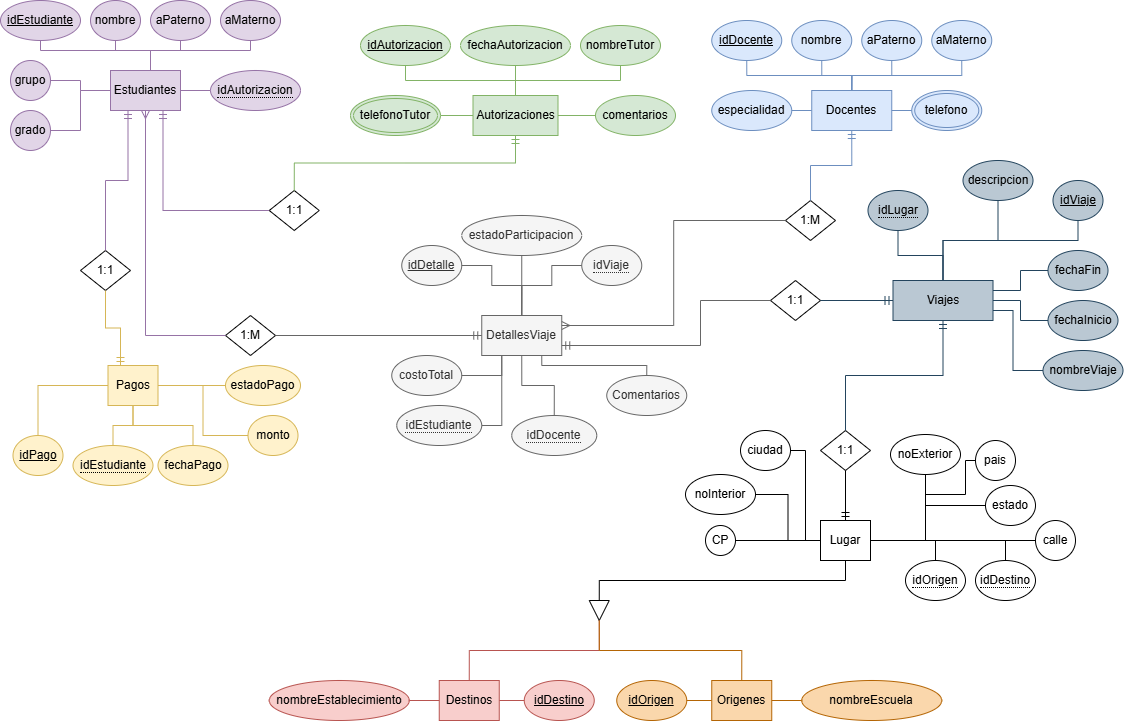
The draw.io diagram proyecto/ProyectoBD.png in ShyAd1/Database, before a commit. Source tidied: cells renumbered, new cells last; positions are measured from the earlier drawing's top-left corner, leaving out a move shared by most shapes.
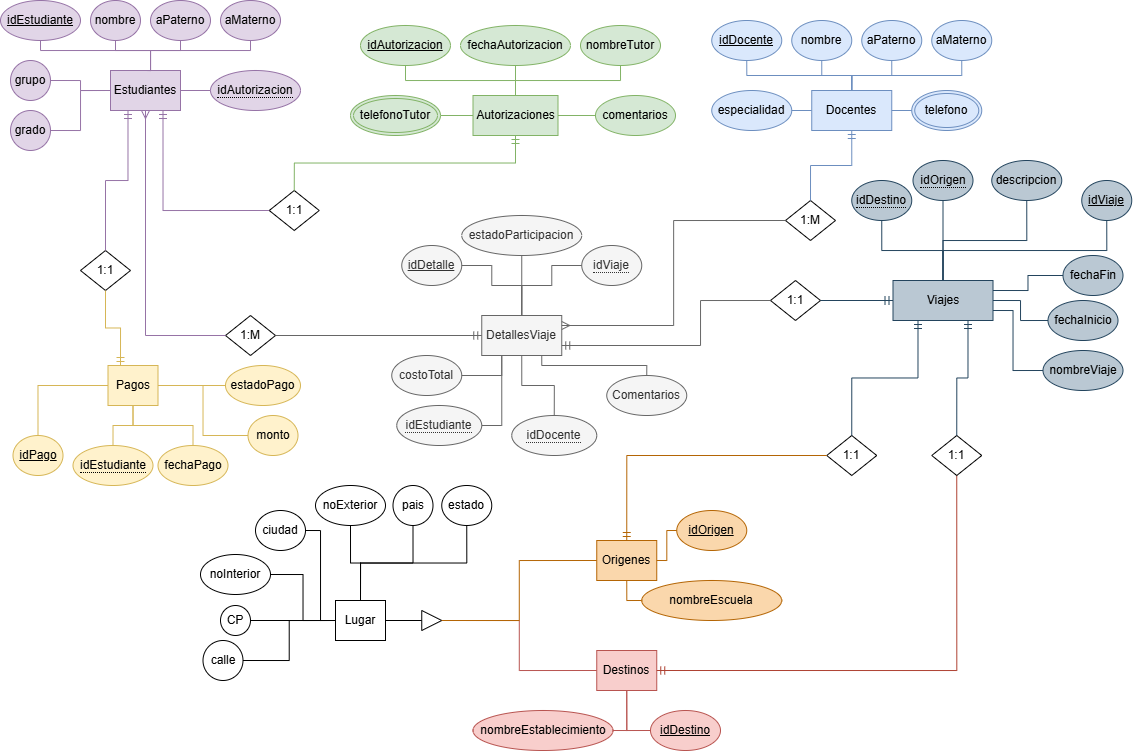
Later version of the same file.

What changed in the source:
```diff
@@ -191,54 +191,54 @@
       <mxGeometry relative="1" as="geometry" />
     </mxCell>
     <mxCell id="58" value="Destinos" style="whiteSpace=wrap;html=1;align=center;fillColor=#f8cecc;strokeColor=#b85450;" parent="1" vertex="1">
-      <mxGeometry x="438.8" y="680" width="60" height="40" as="geometry" />
+      <mxGeometry x="596.2" y="650" width="60" height="40" as="geometry" />
     </mxCell>
     <mxCell id="59" value="idDestino" style="ellipse;whiteSpace=wrap;html=1;align=center;fontStyle=4;fillColor=#f8cecc;strokeColor=#b85450;" parent="1" vertex="1">
-      <mxGeometry x="523.8" y="680" width="70" height="40" as="geometry" />
+      <mxGeometry x="650" y="710" width="70" height="40" as="geometry" />
     </mxCell>
     <mxCell id="60" value="nombreEstablecimiento" style="ellipse;whiteSpace=wrap;html=1;align=center;fillColor=#f8cecc;strokeColor=#b85450;" parent="1" vertex="1">
-      <mxGeometry x="268.8" y="680" width="140" height="40" as="geometry" />
+      <mxGeometry x="472.5" y="710" width="140" height="40" as="geometry" />
     </mxCell>
-    <mxCell id="61" style="endArrow=none;html=1;rounded=0;edgeStyle=orthogonalEdgeStyle;entryX=0;entryY=0.5;entryDx=0;entryDy=0;exitX=1;exitY=0.5;exitDx=0;exitDy=0;fillColor=#f8cecc;strokeColor=#b85450;" parent="1" edge="1" source="58" target="59">
+    <mxCell id="61" style="endArrow=none;html=1;rounded=0;edgeStyle=orthogonalEdgeStyle;entryX=0;entryY=0.5;entryDx=0;entryDy=0;exitX=0.5;exitY=1;exitDx=0;exitDy=0;fillColor=#f8cecc;strokeColor=#b85450;" parent="1" edge="1" source="58" target="59">
       <mxGeometry relative="1" as="geometry" />
     </mxCell>
-    <mxCell id="62" style="endArrow=none;html=1;rounded=0;edgeStyle=orthogonalEdgeStyle;entryX=0;entryY=0.5;entryDx=0;entryDy=0;exitX=1;exitY=0.5;exitDx=0;exitDy=0;fillColor=#f8cecc;strokeColor=#b85450;" parent="1" edge="1" source="60" target="58">
+    <mxCell id="62" style="endArrow=none;html=1;rounded=0;edgeStyle=orthogonalEdgeStyle;entryX=0.5;entryY=1;entryDx=0;entryDy=0;exitX=1;exitY=0.5;exitDx=0;exitDy=0;fillColor=#f8cecc;strokeColor=#b85450;" parent="1" edge="1" source="60" target="58">
       <mxGeometry relative="1" as="geometry" />
     </mxCell>
     <mxCell id="63" value="Origenes" style="whiteSpace=wrap;html=1;align=center;fillColor=#fad7ac;strokeColor=#b46504;" parent="1" vertex="1">
-      <mxGeometry x="711.2" y="680" width="60" height="40" as="geometry" />
+      <mxGeometry x="596.2" y="540" width="60" height="40" as="geometry" />
     </mxCell>
     <mxCell id="64" value="idOrigen" style="ellipse;whiteSpace=wrap;html=1;align=center;fontStyle=4;fillColor=#fad7ac;strokeColor=#b46504;" parent="1" vertex="1">
-      <mxGeometry x="616.2" y="680" width="70" height="40" as="geometry" />
+      <mxGeometry x="676.2" y="510" width="70" height="40" as="geometry" />
     </mxCell>
     <mxCell id="65" value="ciudad" style="ellipse;whiteSpace=wrap;html=1;align=center;" parent="1" vertex="1">
-      <mxGeometry x="740" y="430" width="50" height="40" as="geometry" />
+      <mxGeometry x="255" y="510" width="50" height="40" as="geometry" />
     </mxCell>
     <mxCell id="66" value="estado" style="ellipse;whiteSpace=wrap;html=1;align=center;" parent="1" vertex="1">
-      <mxGeometry x="985" y="485" width="50" height="40" as="geometry" />
+      <mxGeometry x="441.2" y="485" width="50" height="40" as="geometry" />
     </mxCell>
     <mxCell id="67" value="pais" style="ellipse;whiteSpace=wrap;html=1;align=center;" parent="1" vertex="1">
-      <mxGeometry x="975" y="440" width="40" height="40" as="geometry" />
+      <mxGeometry x="392.5" y="485" width="40" height="40" as="geometry" />
     </mxCell>
     <mxCell id="68" value="CP" style="ellipse;whiteSpace=wrap;html=1;align=center;" parent="1" vertex="1">
-      <mxGeometry x="705" y="525" width="30" height="30" as="geometry" />
+      <mxGeometry x="220" y="605" width="30" height="30" as="geometry" />
     </mxCell>
     <mxCell id="69" value="calle" style="ellipse;whiteSpace=wrap;html=1;align=center;" parent="1" vertex="1">
-      <mxGeometry x="1035" y="520" width="40" height="40" as="geometry" />
+      <mxGeometry x="202.5" y="640" width="40" height="40" as="geometry" />
     </mxCell>
     <mxCell id="70" value="noExterior" style="ellipse;whiteSpace=wrap;html=1;align=center;" parent="1" vertex="1">
-      <mxGeometry x="890" y="434" width="70" height="40" as="geometry" />
+      <mxGeometry x="315" y="485" width="70" height="40" as="geometry" />
     </mxCell>
     <mxCell id="71" value="noInterior" style="ellipse;whiteSpace=wrap;html=1;align=center;" parent="1" vertex="1">
-      <mxGeometry x="685" y="474" width="70" height="40" as="geometry" />
+      <mxGeometry x="200" y="554" width="70" height="40" as="geometry" />
     </mxCell>
     <mxCell id="72" value="nombreEscuela" style="ellipse;whiteSpace=wrap;html=1;align=center;fillColor=#fad7ac;strokeColor=#b46504;" parent="1" vertex="1">
-      <mxGeometry x="801.2" y="680" width="140" height="40" as="geometry" />
+      <mxGeometry x="641.2" y="580" width="140" height="40" as="geometry" />
     </mxCell>
-    <mxCell id="73" style="endArrow=none;html=1;rounded=0;edgeStyle=orthogonalEdgeStyle;entryX=1;entryY=0.5;entryDx=0;entryDy=0;exitX=0;exitY=0.5;exitDx=0;exitDy=0;fillColor=#fad7ac;strokeColor=#b46504;" parent="1" edge="1" source="63" target="64">
+    <mxCell id="73" style="endArrow=none;html=1;rounded=0;edgeStyle=orthogonalEdgeStyle;entryX=0;entryY=0.5;entryDx=0;entryDy=0;exitX=1;exitY=0.5;exitDx=0;exitDy=0;fillColor=#fad7ac;strokeColor=#b46504;" parent="1" edge="1" source="63" target="64">
       <mxGeometry relative="1" as="geometry" />
     </mxCell>
-    <mxCell id="74" style="endArrow=none;html=1;rounded=0;edgeStyle=orthogonalEdgeStyle;entryX=1;entryY=0.5;entryDx=0;entryDy=0;exitX=0;exitY=0.5;exitDx=0;exitDy=0;fillColor=#fad7ac;strokeColor=#b46504;" parent="1" edge="1" source="72" target="63">
+    <mxCell id="74" style="endArrow=none;html=1;rounded=0;edgeStyle=orthogonalEdgeStyle;exitX=0;exitY=0.5;exitDx=0;exitDy=0;fillColor=#fad7ac;strokeColor=#b46504;entryX=0.5;entryY=1;entryDx=0;entryDy=0;" parent="1" edge="1" source="72" target="63">
       <mxGeometry relative="1" as="geometry" />
     </mxCell>
     <mxCell id="75" value="DetallesViaje" style="whiteSpace=wrap;html=1;align=center;fillColor=#f5f5f5;strokeColor=#666666;fontColor=#333333;" parent="1" vertex="1">
@@ -257,7 +257,7 @@
       <mxGeometry relative="1" as="geometry" />
     </mxCell>
     <mxCell id="80" value="idViaje" style="ellipse;whiteSpace=wrap;html=1;align=center;fontStyle=4;fillColor=#bac8d3;strokeColor=#23445d;" parent="1" vertex="1">
-      <mxGeometry x="1052.5" y="180" width="50" height="40" as="geometry" />
+      <mxGeometry x="1081.2" y="180" width="50" height="40" as="geometry" />
     </mxCell>
     <mxCell id="81" value="nombreViaje" style="ellipse;whiteSpace=wrap;html=1;align=center;fillColor=#bac8d3;strokeColor=#23445d;" parent="1" vertex="1">
       <mxGeometry x="1042.5" y="350" width="80" height="40" as="geometry" />
@@ -266,36 +266,19 @@
       <mxGeometry x="1047.5" y="300" width="70" height="40" as="geometry" />
     </mxCell>
     <mxCell id="83" value="fechaFin" style="ellipse;whiteSpace=wrap;html=1;align=center;fillColor=#bac8d3;strokeColor=#23445d;" parent="1" vertex="1">
-      <mxGeometry x="1047.5" y="250" width="60" height="40" as="geometry" />
+      <mxGeometry x="1062.5" y="255" width="60" height="40" as="geometry" />
     </mxCell>
     <mxCell id="84" value="costoTotal" style="ellipse;whiteSpace=wrap;html=1;align=center;fillColor=#f5f5f5;strokeColor=#666666;fontColor=#333333;" parent="1" vertex="1">
       <mxGeometry x="391.2" y="355" width="70" height="40" as="geometry" />
     </mxCell>
     <mxCell id="85" value="descripcion" style="ellipse;whiteSpace=wrap;html=1;align=center;fillColor=#bac8d3;strokeColor=#23445d;" parent="1" vertex="1">
-      <mxGeometry x="962.5" y="160" width="70" height="40" as="geometry" />
+      <mxGeometry x="991.2" y="160" width="70" height="40" as="geometry" />
     </mxCell>
-    <mxCell id="86" value="&lt;span style=&quot;border-bottom: 1px dotted&quot;&gt;idOrigen&lt;/span&gt;" style="ellipse;whiteSpace=wrap;html=1;align=center;" parent="1" vertex="1">
-      <mxGeometry x="905" y="560" width="60" height="40" as="geometry" />
-    </mxCell>
-    <mxCell id="87" value="&lt;span style=&quot;border-bottom: 1px dotted&quot;&gt;idDestino&lt;/span&gt;" style="ellipse;whiteSpace=wrap;html=1;align=center;" parent="1" vertex="1">
-      <mxGeometry x="975" y="560" width="60" height="40" as="geometry" />
-    </mxCell>
-    <mxCell id="88" style="endArrow=none;html=1;rounded=0;edgeStyle=orthogonalEdgeStyle;entryX=0.5;entryY=0;entryDx=0;entryDy=0;exitX=1;exitY=0.5;exitDx=0;exitDy=0;" parent="1" edge="1" source="112" target="86">
-      <mxGeometry relative="1" as="geometry" />
-    </mxCell>
-    <mxCell id="89" style="endArrow=none;html=1;rounded=0;edgeStyle=orthogonalEdgeStyle;entryX=0.5;entryY=0;entryDx=0;entryDy=0;exitX=1;exitY=0.5;exitDx=0;exitDy=0;" parent="1" edge="1" source="112" target="87">
-      <mxGeometry relative="1" as="geometry" />
-    </mxCell>
     <mxCell id="90" style="endArrow=none;html=1;rounded=0;edgeStyle=orthogonalEdgeStyle;entryX=1;entryY=0.5;entryDx=0;entryDy=0;exitX=0.25;exitY=1;exitDx=0;exitDy=0;fillColor=#f5f5f5;strokeColor=#666666;" parent="1" edge="1" source="75" target="84">
       <mxGeometry relative="1" as="geometry" />
     </mxCell>
     <mxCell id="91" style="endArrow=none;html=1;rounded=0;edgeStyle=orthogonalEdgeStyle;entryX=0.5;entryY=0;entryDx=0;entryDy=0;exitX=0.5;exitY=1;exitDx=0;exitDy=0;fillColor=#bac8d3;strokeColor=#23445d;" parent="1" edge="1" source="80" target="76">
-      <mxGeometry relative="1" as="geometry">
-        <Array as="points">
-          <mxPoint x="1077.5" y="240" />
-          <mxPoint x="942.5" y="240" />
-        </Array>
-      </mxGeometry>
+      <mxGeometry relative="1" as="geometry" />
     </mxCell>
     <mxCell id="92" style="endArrow=none;html=1;rounded=0;edgeStyle=orthogonalEdgeStyle;entryX=1;entryY=0.75;entryDx=0;entryDy=0;exitX=0;exitY=0.5;exitDx=0;exitDy=0;fillColor=#bac8d3;strokeColor=#23445d;" parent="1" edge="1" source="81" target="76">
       <mxGeometry relative="1" as="geometry">
@@ -380,39 +363,27 @@
       <mxGeometry relative="1" as="geometry" />
     </mxCell>
     <mxCell id="112" value="Lugar" style="whiteSpace=wrap;html=1;align=center;" parent="1" vertex="1">
-      <mxGeometry x="820" y="520" width="50" height="40" as="geometry" />
+      <mxGeometry x="335" y="600" width="50" height="40" as="geometry" />
     </mxCell>
     <mxCell id="113" value="1:1" style="shape=rhombus;perimeter=rhombusPerimeter;whiteSpace=wrap;html=1;align=center;" parent="1" vertex="1">
-      <mxGeometry x="820" y="430" width="50" height="40" as="geometry" />
+      <mxGeometry x="826.2" y="435" width="50" height="40" as="geometry" />
     </mxCell>
-    <mxCell id="114" style="edgeStyle=orthogonalEdgeStyle;fontSize=12;html=1;endArrow=ERmandOne;rounded=0;exitX=0.5;exitY=0;exitDx=0;exitDy=0;fillColor=#bac8d3;strokeColor=#23445d;entryX=0.5;entryY=1;entryDx=0;entryDy=0;" parent="1" edge="1" source="113" target="76">
+    <mxCell id="114" style="edgeStyle=orthogonalEdgeStyle;fontSize=12;html=1;endArrow=ERmandOne;rounded=0;exitX=0.5;exitY=0;exitDx=0;exitDy=0;fillColor=#bac8d3;strokeColor=#23445d;entryX=0.25;entryY=1;entryDx=0;entryDy=0;" parent="1" edge="1" source="113" target="76">
       <mxGeometry relative="1" as="geometry" />
     </mxCell>
-    <mxCell id="115" style="edgeStyle=orthogonalEdgeStyle;fontSize=12;html=1;endArrow=ERmandOne;rounded=0;entryX=0.5;entryY=0;entryDx=0;entryDy=0;exitX=0.5;exitY=1;exitDx=0;exitDy=0;" parent="1" edge="1" source="113" target="112">
+    <mxCell id="115" style="edgeStyle=orthogonalEdgeStyle;fontSize=12;html=1;endArrow=ERmandOne;rounded=0;exitX=0;exitY=0.5;exitDx=0;exitDy=0;entryX=0.5;entryY=0;entryDx=0;entryDy=0;fillColor=#fad7ac;strokeColor=#b46504;" parent="1" edge="1" source="113" target="63">
       <mxGeometry relative="1" as="geometry" />
     </mxCell>
-    <mxCell id="116" style="endArrow=none;html=1;rounded=0;edgeStyle=orthogonalEdgeStyle;entryX=0.5;entryY=1;entryDx=0;entryDy=0;exitX=1;exitY=0.5;exitDx=0;exitDy=0;" parent="1" edge="1" source="112" target="70">
+    <mxCell id="116" style="endArrow=none;html=1;rounded=0;edgeStyle=orthogonalEdgeStyle;exitX=0.5;exitY=0;exitDx=0;exitDy=0;entryX=0.5;entryY=1;entryDx=0;entryDy=0;" parent="1" edge="1" source="112" target="70">
       <mxGeometry relative="1" as="geometry" />
     </mxCell>
-    <mxCell id="117" style="endArrow=none;html=1;rounded=0;edgeStyle=orthogonalEdgeStyle;entryX=0;entryY=0.5;entryDx=0;entryDy=0;exitX=1;exitY=0.5;exitDx=0;exitDy=0;" parent="1" edge="1" source="112" target="67">
-      <mxGeometry relative="1" as="geometry">
-        <Array as="points">
-          <mxPoint x="925" y="540" />
-          <mxPoint x="925" y="494" />
-          <mxPoint x="965" y="494" />
-          <mxPoint x="965" y="460" />
-        </Array>
-      </mxGeometry>
+    <mxCell id="117" style="endArrow=none;html=1;rounded=0;edgeStyle=orthogonalEdgeStyle;entryX=0.5;entryY=1;entryDx=0;entryDy=0;exitX=0.5;exitY=0;exitDx=0;exitDy=0;" parent="1" edge="1" source="112" target="67">
+      <mxGeometry relative="1" as="geometry" />
     </mxCell>
-    <mxCell id="118" style="endArrow=none;html=1;rounded=0;edgeStyle=orthogonalEdgeStyle;entryX=0;entryY=0.5;entryDx=0;entryDy=0;exitX=1;exitY=0.5;exitDx=0;exitDy=0;" parent="1" edge="1" source="112" target="66">
-      <mxGeometry relative="1" as="geometry">
-        <Array as="points">
-          <mxPoint x="925" y="540" />
-          <mxPoint x="925" y="505" />
-        </Array>
-      </mxGeometry>
+    <mxCell id="118" style="endArrow=none;html=1;rounded=0;edgeStyle=orthogonalEdgeStyle;entryX=0.5;entryY=1;entryDx=0;entryDy=0;exitX=0.5;exitY=0;exitDx=0;exitDy=0;" parent="1" edge="1" source="112" target="66">
+      <mxGeometry relative="1" as="geometry" />
     </mxCell>
-    <mxCell id="119" style="endArrow=none;html=1;rounded=0;edgeStyle=orthogonalEdgeStyle;entryX=0;entryY=0.5;entryDx=0;entryDy=0;exitX=1;exitY=0.5;exitDx=0;exitDy=0;" parent="1" edge="1" source="112" target="69">
+    <mxCell id="119" style="endArrow=none;html=1;rounded=0;edgeStyle=orthogonalEdgeStyle;entryX=1;entryY=0.5;entryDx=0;entryDy=0;exitX=0;exitY=0.5;exitDx=0;exitDy=0;" parent="1" edge="1" source="112" target="69">
       <mxGeometry relative="1" as="geometry" />
     </mxCell>
     <mxCell id="120" style="endArrow=none;html=1;rounded=0;edgeStyle=orthogonalEdgeStyle;entryX=0;entryY=0.5;entryDx=0;entryDy=0;exitX=1;exitY=0.5;exitDx=0;exitDy=0;" parent="1" edge="1" source="65" target="112">
@@ -424,16 +395,16 @@
     <mxCell id="122" style="endArrow=none;html=1;rounded=0;edgeStyle=orthogonalEdgeStyle;entryX=1;entryY=0.5;entryDx=0;entryDy=0;exitX=0;exitY=0.5;exitDx=0;exitDy=0;" parent="1" edge="1" source="112" target="68">
       <mxGeometry relative="1" as="geometry" />
     </mxCell>
-    <mxCell id="123" style="triangle;whiteSpace=wrap;html=1;rotation=90;" parent="1" vertex="1">
-      <mxGeometry x="588.8" y="600" width="20" height="20" as="geometry" />
+    <mxCell id="123" style="triangle;whiteSpace=wrap;html=1;rotation=0;" parent="1" vertex="1">
+      <mxGeometry x="421.2" y="610" width="20" height="20" as="geometry" />
     </mxCell>
-    <mxCell id="124" style="endArrow=none;html=1;rounded=0;edgeStyle=orthogonalEdgeStyle;entryX=0;entryY=0.5;entryDx=0;entryDy=0;exitX=0.5;exitY=1;exitDx=0;exitDy=0;" parent="1" edge="1" source="112" target="123">
+    <mxCell id="124" style="endArrow=none;html=1;rounded=0;edgeStyle=orthogonalEdgeStyle;entryX=0;entryY=0.5;entryDx=0;entryDy=0;exitX=1;exitY=0.5;exitDx=0;exitDy=0;" parent="1" edge="1" source="112" target="123">
       <mxGeometry relative="1" as="geometry" />
     </mxCell>
-    <mxCell id="125" style="endArrow=none;html=1;rounded=0;edgeStyle=orthogonalEdgeStyle;entryX=1;entryY=0.5;entryDx=0;entryDy=0;exitX=0.5;exitY=0;exitDx=0;exitDy=0;fillColor=#f8cecc;strokeColor=#b85450;" parent="1" edge="1" source="58" target="123">
+    <mxCell id="125" style="endArrow=none;html=1;rounded=0;edgeStyle=orthogonalEdgeStyle;entryX=1;entryY=0.5;entryDx=0;entryDy=0;exitX=0;exitY=0.5;exitDx=0;exitDy=0;fillColor=#f8cecc;strokeColor=#b85450;" parent="1" edge="1" source="58" target="123">
       <mxGeometry relative="1" as="geometry" />
     </mxCell>
-    <mxCell id="126" style="endArrow=none;html=1;rounded=0;edgeStyle=orthogonalEdgeStyle;entryX=1;entryY=0.5;entryDx=0;entryDy=0;exitX=0.5;exitY=0;exitDx=0;exitDy=0;fillColor=#fad7ac;strokeColor=#b46504;" parent="1" edge="1" source="63" target="123">
+    <mxCell id="126" style="endArrow=none;html=1;rounded=0;edgeStyle=orthogonalEdgeStyle;entryX=1;entryY=0.5;entryDx=0;entryDy=0;exitX=0;exitY=0.5;exitDx=0;exitDy=0;fillColor=#fad7ac;strokeColor=#b46504;" parent="1" edge="1" source="63" target="123">
       <mxGeometry relative="1" as="geometry" />
     </mxCell>
     <mxCell id="127" value="&lt;span style=&quot;border-bottom: 1px dotted&quot;&gt;idDocente&lt;/span&gt;" style="ellipse;whiteSpace=wrap;html=1;align=center;fillColor=#f5f5f5;strokeColor=#666666;fontColor=#333333;" parent="1" vertex="1">
@@ -442,11 +413,26 @@
     <mxCell id="128" style="endArrow=none;html=1;rounded=0;edgeStyle=orthogonalEdgeStyle;exitX=0.5;exitY=0;exitDx=0;exitDy=0;fillColor=#f5f5f5;strokeColor=#666666;entryX=0.5;entryY=1;entryDx=0;entryDy=0;" parent="1" edge="1" source="127" target="75">
       <mxGeometry relative="1" as="geometry" />
     </mxCell>
-    <mxCell id="129" value="&lt;span style=&quot;border-bottom: 1px dotted&quot;&gt;idLugar&lt;/span&gt;" style="ellipse;whiteSpace=wrap;html=1;align=center;fillColor=#bac8d3;strokeColor=#23445d;" parent="1" vertex="1">
-      <mxGeometry x="867.5" y="190" width="60" height="40" as="geometry" />
+    <mxCell id="129" value="&lt;span style=&quot;border-bottom: 1px dotted&quot;&gt;idOrigen&lt;/span&gt;" style="ellipse;whiteSpace=wrap;html=1;align=center;fillColor=#bac8d3;strokeColor=#23445d;" parent="1" vertex="1">
+      <mxGeometry x="912.5" y="160" width="60" height="40" as="geometry" />
     </mxCell>
     <mxCell id="130" style="endArrow=none;html=1;rounded=0;edgeStyle=orthogonalEdgeStyle;entryX=0.5;entryY=0;entryDx=0;entryDy=0;exitX=0.5;exitY=1;exitDx=0;exitDy=0;fillColor=#bac8d3;strokeColor=#23445d;" parent="1" edge="1" source="129" target="76">
       <mxGeometry relative="1" as="geometry" />
     </mxCell>
+    <mxCell id="87" value="&lt;span style=&quot;border-bottom: 1px dotted&quot;&gt;idDestino&lt;/span&gt;" style="ellipse;whiteSpace=wrap;html=1;align=center;fillColor=#bac8d3;strokeColor=#23445d;" parent="1" vertex="1">
+      <mxGeometry x="851.2" y="180" width="60" height="40" as="geometry" />
+    </mxCell>
+    <mxCell id="131" style="endArrow=none;html=1;rounded=0;edgeStyle=orthogonalEdgeStyle;entryX=0.5;entryY=0;entryDx=0;entryDy=0;exitX=0.5;exitY=1;exitDx=0;exitDy=0;fillColor=#bac8d3;strokeColor=#23445d;" parent="1" edge="1" source="87" target="76">
+      <mxGeometry relative="1" as="geometry" />
+    </mxCell>
+    <mxCell id="132" style="edgeStyle=orthogonalEdgeStyle;fontSize=12;html=1;endArrow=ERmandOne;rounded=0;exitX=0.5;exitY=1;exitDx=0;exitDy=0;entryX=1;entryY=0.5;entryDx=0;entryDy=0;fillColor=#fad9d5;strokeColor=#ae4132;" parent="1" edge="1" source="133" target="58">
+      <mxGeometry relative="1" as="geometry" />
+    </mxCell>
+    <mxCell id="133" value="1:1" style="shape=rhombus;perimeter=rhombusPerimeter;whiteSpace=wrap;html=1;align=center;" parent="1" vertex="1">
+      <mxGeometry x="931.2" y="435" width="50" height="40" as="geometry" />
+    </mxCell>
+    <mxCell id="134" style="edgeStyle=orthogonalEdgeStyle;fontSize=12;html=1;endArrow=ERmandOne;rounded=0;exitX=0.5;exitY=0;exitDx=0;exitDy=0;fillColor=#bac8d3;strokeColor=#23445d;entryX=0.75;entryY=1;entryDx=0;entryDy=0;" parent="1" edge="1" source="133" target="76">
+      <mxGeometry relative="1" as="geometry" />
+    </mxCell>
   </root>
 </mxGraphModel>
```
